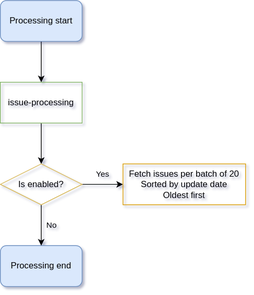
The draw.io diagram workflow.drawio.svg in Sonia-corporation/stale, before a commit. Source tidied: cells renumbered, new cells last; positions are measured from the earlier drawing's top-left corner, leaving out a move shared by most shapes. Source of this version:
```xml
<mxGraphModel shadow="1">
  <root>
    <mxCell id="0" />
    <mxCell id="1" parent="0" />
    <mxCell id="2" style="edgeStyle=orthogonalEdgeStyle;rounded=0;jettySize=auto;html=1;entryX=0.5;entryY=0;entryDx=0;entryDy=0;" parent="1" edge="1" source="4" target="9">
      <mxGeometry relative="1" as="geometry" />
    </mxCell>
    <mxCell id="3" value="Yes" style="edgeStyle=orthogonalEdgeStyle;rounded=0;jettySize=auto;html=1;exitX=1;exitY=0.5;exitDx=0;exitDy=0;entryX=0;entryY=0.5;entryDx=0;entryDy=0;labelBackgroundColor=none;" parent="1" edge="1" source="9" target="10">
      <mxGeometry y="14" relative="1" as="geometry" />
    </mxCell>
    <mxCell id="4" value="issue-processing" style="rounded=0;whiteSpace=wrap;html=1;fillColor=none;strokeColor=#82b366;" parent="1" vertex="1">
      <mxGeometry y="112" width="112" height="56" as="geometry" />
    </mxCell>
    <mxCell id="5" style="edgeStyle=orthogonalEdgeStyle;rounded=0;jettySize=auto;html=1;entryX=0.5;entryY=0;entryDx=0;entryDy=0;" parent="1" edge="1" source="6" target="4">
      <mxGeometry relative="1" as="geometry" />
    </mxCell>
    <mxCell id="6" value="Processing start" style="rounded=1;whiteSpace=wrap;html=1;fillColor=#dae8fc;strokeColor=#6c8ebf;" parent="1" vertex="1">
      <mxGeometry width="112" height="56" as="geometry" />
    </mxCell>
    <mxCell id="7" value="Processing end" style="rounded=1;whiteSpace=wrap;html=1;fillColor=#dae8fc;strokeColor=#6c8ebf;" parent="1" vertex="1">
      <mxGeometry y="336" width="112" height="56" as="geometry" />
    </mxCell>
    <mxCell id="8" value="No" style="edgeStyle=orthogonalEdgeStyle;rounded=0;jettySize=auto;html=1;exitX=0.5;exitY=1;exitDx=0;exitDy=0;entryX=0.5;entryY=0;entryDx=0;entryDy=0;labelBackgroundColor=none;" parent="1" edge="1" source="9" target="7">
      <mxGeometry y="14" relative="1" as="geometry">
        <Array as="points">
          <mxPoint x="56" y="322" />
          <mxPoint x="56" y="322" />
        </Array>
      </mxGeometry>
    </mxCell>
    <mxCell id="9" value="Is enabled?" style="rhombus;whiteSpace=wrap;html=1;fillColor=none;strokeColor=#d6b656;" parent="1" vertex="1">
      <mxGeometry y="224" width="112" height="56" as="geometry" />
    </mxCell>
    <mxCell id="10" value="Fetch issues per batch of 20 S&lt;span&gt;orted by update date&lt;br&gt;Oldest first&lt;/span&gt;" style="rounded=0;whiteSpace=wrap;html=1;fillColor=none;strokeColor=#d79b00;" parent="1" vertex="1">
      <mxGeometry x="168" y="224" width="168" height="56" as="geometry" />
    </mxCell>
  </root>
</mxGraphModel>
```
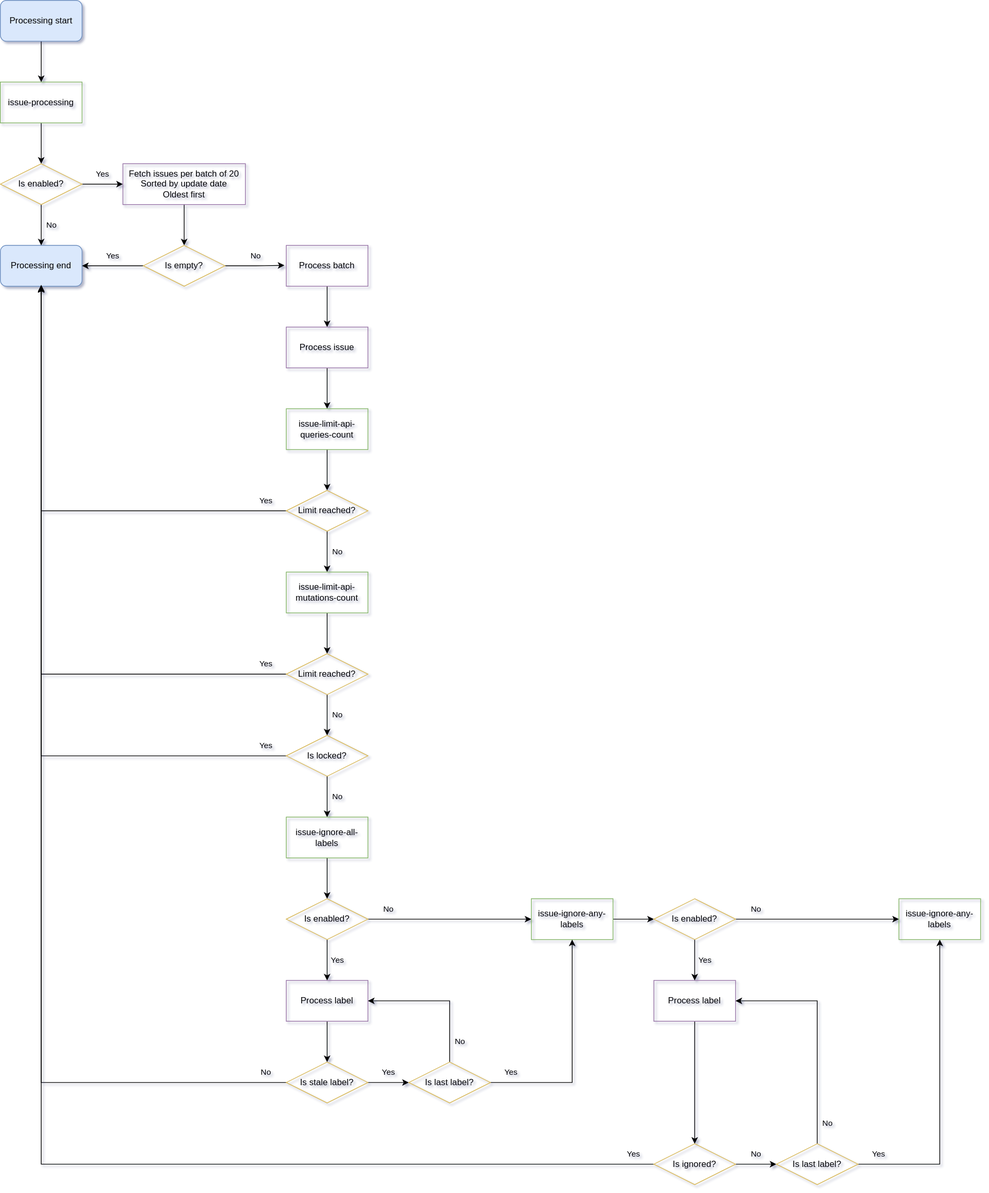
Above is the later version.

Change to the diagram source:
```diff
@@ -31,8 +31,172 @@
     <mxCell id="9" value="Is enabled?" style="rhombus;whiteSpace=wrap;html=1;fillColor=none;strokeColor=#d6b656;" parent="1" vertex="1">
       <mxGeometry y="224" width="112" height="56" as="geometry" />
     </mxCell>
+    <mxCell id="11" value="No" style="edgeStyle=orthogonalEdgeStyle;rounded=0;jettySize=auto;html=1;entryX=-0.023;entryY=0.489;entryDx=0;entryDy=0;entryPerimeter=0;labelBackgroundColor=none;exitX=1;exitY=0.5;exitDx=0;exitDy=0;" parent="1" edge="1" source="16" target="14">
+      <mxGeometry x="0.04" y="13" relative="1" as="geometry" />
+    </mxCell>
+    <mxCell id="12" style="edgeStyle=orthogonalEdgeStyle;rounded=0;jettySize=auto;html=1;exitX=0.5;exitY=1;exitDx=0;exitDy=0;entryX=0.5;entryY=0;entryDx=0;entryDy=0;labelBackgroundColor=none;" parent="1" edge="1" source="10" target="16">
+      <mxGeometry relative="1" as="geometry" />
+    </mxCell>
-    <mxCell id="10" value="Fetch issues per batch of 20 S&lt;span&gt;orted by update date&lt;br&gt;Oldest first&lt;/span&gt;" style="rounded=0;whiteSpace=wrap;html=1;fillColor=none;strokeColor=#d79b00;" parent="1" vertex="1">
+    <mxCell id="10" value="Fetch issues per batch of 20 S&lt;span&gt;orted by update date&lt;br&gt;Oldest first&lt;/span&gt;" style="rounded=0;whiteSpace=wrap;html=1;fillColor=none;strokeColor=#9673a6;" parent="1" vertex="1">
       <mxGeometry x="168" y="224" width="168" height="56" as="geometry" />
     </mxCell>
+    <mxCell id="13" style="edgeStyle=orthogonalEdgeStyle;rounded=0;jettySize=auto;html=1;entryX=0.5;entryY=0;entryDx=0;entryDy=0;labelBackgroundColor=none;" parent="1" edge="1" source="14" target="18">
+      <mxGeometry relative="1" as="geometry" />
+    </mxCell>
+    <mxCell id="14" value="Process batch" style="rounded=0;whiteSpace=wrap;html=1;fillColor=none;strokeColor=#9673a6;" parent="1" vertex="1">
+      <mxGeometry x="392" y="336" width="112" height="56" as="geometry" />
+    </mxCell>
+    <mxCell id="15" value="Yes" style="edgeStyle=orthogonalEdgeStyle;rounded=0;jettySize=auto;html=1;entryX=1;entryY=0.5;entryDx=0;entryDy=0;labelBackgroundColor=none;" parent="1" edge="1" source="16" target="7">
+      <mxGeometry y="-14" relative="1" as="geometry" />
+    </mxCell>
+    <mxCell id="16" value="Is empty?" style="rhombus;whiteSpace=wrap;html=1;fillColor=none;strokeColor=#d6b656;" parent="1" vertex="1">
+      <mxGeometry x="196" y="336" width="112" height="56" as="geometry" />
+    </mxCell>
+    <mxCell id="17" style="edgeStyle=orthogonalEdgeStyle;rounded=0;jettySize=auto;html=1;exitX=0.5;exitY=1;exitDx=0;exitDy=0;entryX=0.5;entryY=0;entryDx=0;entryDy=0;labelBackgroundColor=none;" parent="1" edge="1" source="18" target="23">
+      <mxGeometry relative="1" as="geometry" />
+    </mxCell>
+    <mxCell id="18" value="Process issue" style="rounded=0;whiteSpace=wrap;html=1;fillColor=none;strokeColor=#9673a6;" parent="1" vertex="1">
+      <mxGeometry x="392" y="448" width="112" height="56" as="geometry" />
+    </mxCell>
+    <mxCell id="19" value="Yes" style="edgeStyle=orthogonalEdgeStyle;rounded=0;jettySize=auto;html=1;entryX=0.5;entryY=1;entryDx=0;entryDy=0;labelBackgroundColor=none;" parent="1" edge="1" source="21" target="7">
+      <mxGeometry x="-0.91" y="-14" relative="1" as="geometry" />
+    </mxCell>
+    <mxCell id="20" value="No" style="edgeStyle=orthogonalEdgeStyle;rounded=0;jettySize=auto;html=1;entryX=0.5;entryY=0;entryDx=0;entryDy=0;labelBackgroundColor=none;" parent="1" edge="1" source="21" target="25">
+      <mxGeometry y="14" relative="1" as="geometry" />
+    </mxCell>
+    <mxCell id="21" value="Limit reached?" style="rhombus;whiteSpace=wrap;html=1;fillColor=none;strokeColor=#d6b656;" parent="1" vertex="1">
+      <mxGeometry x="392" y="672" width="112" height="56" as="geometry" />
+    </mxCell>
+    <mxCell id="22" style="edgeStyle=orthogonalEdgeStyle;rounded=0;jettySize=auto;html=1;entryX=0.5;entryY=0;entryDx=0;entryDy=0;labelBackgroundColor=none;" parent="1" edge="1" source="23" target="21">
+      <mxGeometry relative="1" as="geometry" />
+    </mxCell>
+    <mxCell id="23" value="issue-limit-api-queries-count" style="rounded=0;whiteSpace=wrap;html=1;fillColor=none;strokeColor=#82b366;" parent="1" vertex="1">
+      <mxGeometry x="392" y="560" width="112" height="56" as="geometry" />
+    </mxCell>
+    <mxCell id="24" style="edgeStyle=orthogonalEdgeStyle;rounded=0;jettySize=auto;html=1;entryX=0.5;entryY=0;entryDx=0;entryDy=0;labelBackgroundColor=none;" parent="1" edge="1" source="25" target="28">
+      <mxGeometry relative="1" as="geometry" />
+    </mxCell>
+    <mxCell id="25" value="issue-limit-api-mutations-count" style="rounded=0;whiteSpace=wrap;html=1;fillColor=none;strokeColor=#82b366;" parent="1" vertex="1">
+      <mxGeometry x="392" y="784" width="112" height="56" as="geometry" />
+    </mxCell>
+    <mxCell id="26" value="Yes" style="edgeStyle=orthogonalEdgeStyle;rounded=0;jettySize=auto;html=1;exitX=0;exitY=0.5;exitDx=0;exitDy=0;labelBackgroundColor=none;" parent="1" edge="1" source="28">
+      <mxGeometry x="-0.94" y="-14" relative="1" as="geometry">
+        <mxPoint x="56" y="390.8" as="targetPoint" />
+        <Array as="points">
+          <mxPoint x="56" y="924" />
+        </Array>
+      </mxGeometry>
+    </mxCell>
+    <mxCell id="27" value="No" style="edgeStyle=orthogonalEdgeStyle;rounded=0;jettySize=auto;html=1;entryX=0.5;entryY=0;entryDx=0;entryDy=0;labelBackgroundColor=none;" parent="1" edge="1" source="28" target="31">
+      <mxGeometry y="14" relative="1" as="geometry" />
+    </mxCell>
+    <mxCell id="28" value="Limit reached?" style="rhombus;whiteSpace=wrap;html=1;fillColor=none;strokeColor=#d6b656;" parent="1" vertex="1">
+      <mxGeometry x="392" y="896" width="112" height="56" as="geometry" />
+    </mxCell>
+    <mxCell id="29" value="Yes" style="edgeStyle=orthogonalEdgeStyle;rounded=0;jettySize=auto;html=1;labelBackgroundColor=none;" parent="1" edge="1" source="31">
+      <mxGeometry x="-0.94" y="-14" relative="1" as="geometry">
+        <mxPoint x="56" y="391.2" as="targetPoint" />
+      </mxGeometry>
+    </mxCell>
+    <mxCell id="30" value="No" style="edgeStyle=orthogonalEdgeStyle;rounded=0;jettySize=auto;html=1;entryX=0.5;entryY=0;entryDx=0;entryDy=0;labelBackgroundColor=none;" parent="1" edge="1" source="31" target="33">
+      <mxGeometry y="14" relative="1" as="geometry" />
+    </mxCell>
+    <mxCell id="31" value="Is locked?" style="rhombus;whiteSpace=wrap;html=1;fillColor=none;strokeColor=#d6b656;" parent="1" vertex="1">
+      <mxGeometry x="392" y="1008" width="112" height="56" as="geometry" />
+    </mxCell>
+    <mxCell id="32" style="edgeStyle=orthogonalEdgeStyle;rounded=0;jettySize=auto;html=1;entryX=0.5;entryY=0;entryDx=0;entryDy=0;labelBackgroundColor=none;" parent="1" edge="1" source="33" target="42">
+      <mxGeometry relative="1" as="geometry" />
+    </mxCell>
+    <mxCell id="33" value="issue-ignore-all-labels" style="rounded=0;whiteSpace=wrap;html=1;fillColor=none;strokeColor=#82b366;" parent="1" vertex="1">
+      <mxGeometry x="392" y="1120" width="112" height="56" as="geometry" />
+    </mxCell>
+    <mxCell id="34" value="No" style="edgeStyle=orthogonalEdgeStyle;rounded=0;jettySize=auto;html=1;labelBackgroundColor=none;" parent="1" edge="1" source="37">
+      <mxGeometry x="-0.96" y="-14" relative="1" as="geometry">
+        <mxPoint x="56" y="390" as="targetPoint" />
+      </mxGeometry>
+    </mxCell>
+    <mxCell id="35" style="edgeStyle=orthogonalEdgeStyle;rounded=0;jettySize=auto;html=1;exitX=1;exitY=0.5;exitDx=0;exitDy=0;labelBackgroundColor=none;" parent="1" edge="1" source="37">
+      <mxGeometry relative="1" as="geometry">
+        <mxPoint x="504.2" y="1484.2" as="targetPoint" />
+      </mxGeometry>
+    </mxCell>
+    <mxCell id="36" value="Yes" style="edgeStyle=orthogonalEdgeStyle;rounded=0;jettySize=auto;html=1;entryX=0;entryY=0.5;entryDx=0;entryDy=0;labelBackgroundColor=none;" parent="1" edge="1" source="37" target="47">
+      <mxGeometry y="14" relative="1" as="geometry" />
+    </mxCell>
+    <mxCell id="37" value="Is stale label?" style="rhombus;whiteSpace=wrap;html=1;fillColor=none;strokeColor=#d6b656;" parent="1" vertex="1">
+      <mxGeometry x="392" y="1456" width="112" height="56" as="geometry" />
+    </mxCell>
+    <mxCell id="38" style="edgeStyle=orthogonalEdgeStyle;rounded=0;jettySize=auto;html=1;entryX=0.5;entryY=0;entryDx=0;entryDy=0;labelBackgroundColor=none;" parent="1" edge="1" source="39" target="37">
+      <mxGeometry relative="1" as="geometry" />
+    </mxCell>
+    <mxCell id="39" value="Process label" style="rounded=0;whiteSpace=wrap;html=1;fillColor=none;strokeColor=#9673a6;" parent="1" vertex="1">
+      <mxGeometry x="392" y="1344" width="112" height="56" as="geometry" />
+    </mxCell>
+    <mxCell id="40" value="Yes" style="edgeStyle=orthogonalEdgeStyle;rounded=0;jettySize=auto;html=1;entryX=0.5;entryY=0;entryDx=0;entryDy=0;labelBackgroundColor=none;" parent="1" edge="1" source="42" target="39">
+      <mxGeometry y="14" relative="1" as="geometry" />
+    </mxCell>
+    <mxCell id="41" value="No" style="edgeStyle=orthogonalEdgeStyle;rounded=0;jettySize=auto;html=1;entryX=0;entryY=0.5;entryDx=0;entryDy=0;labelBackgroundColor=none;" parent="1" edge="1" source="42" target="44">
+      <mxGeometry x="-0.75" y="14" relative="1" as="geometry" />
+    </mxCell>
+    <mxCell id="42" value="Is enabled?" style="rhombus;whiteSpace=wrap;html=1;fillColor=none;strokeColor=#d6b656;" parent="1" vertex="1">
+      <mxGeometry x="392" y="1232" width="112" height="56" as="geometry" />
+    </mxCell>
+    <mxCell id="43" style="edgeStyle=orthogonalEdgeStyle;rounded=0;jettySize=auto;html=1;entryX=0;entryY=0.5;entryDx=0;entryDy=0;labelBackgroundColor=none;" parent="1" edge="1" source="44" target="55">
+      <mxGeometry relative="1" as="geometry" />
+    </mxCell>
+    <mxCell id="44" value="issue-ignore-any-labels" style="rounded=0;whiteSpace=wrap;html=1;fillColor=none;strokeColor=#82b366;" parent="1" vertex="1">
+      <mxGeometry x="728" y="1232" width="112" height="56" as="geometry" />
+    </mxCell>
+    <mxCell id="45" value="No" style="edgeStyle=orthogonalEdgeStyle;rounded=0;jettySize=auto;html=1;exitX=0.5;exitY=0;exitDx=0;exitDy=0;entryX=1;entryY=0.5;entryDx=0;entryDy=0;labelBackgroundColor=none;" parent="1" edge="1" source="47" target="39">
+      <mxGeometry x="-0.71" y="-14" relative="1" as="geometry" />
+    </mxCell>
+    <mxCell id="46" value="Yes" style="edgeStyle=orthogonalEdgeStyle;rounded=0;jettySize=auto;html=1;entryX=0.5;entryY=1;entryDx=0;entryDy=0;labelBackgroundColor=none;" parent="1" edge="1" source="47" target="44">
+      <mxGeometry x="-0.82" y="14" relative="1" as="geometry" />
+    </mxCell>
+    <mxCell id="47" value="Is last label?" style="rhombus;whiteSpace=wrap;html=1;fillColor=none;strokeColor=#d6b656;" parent="1" vertex="1">
+      <mxGeometry x="560" y="1456" width="112" height="56" as="geometry" />
+    </mxCell>
+    <mxCell id="48" style="edgeStyle=orthogonalEdgeStyle;rounded=0;jettySize=auto;html=1;entryX=0.5;entryY=0;entryDx=0;entryDy=0;labelBackgroundColor=none;" parent="1" edge="1" source="49" target="52">
+      <mxGeometry relative="1" as="geometry" />
+    </mxCell>
+    <mxCell id="49" value="Process label" style="rounded=0;whiteSpace=wrap;html=1;fillColor=none;strokeColor=#9673a6;" parent="1" vertex="1">
+      <mxGeometry x="896" y="1344" width="112" height="56" as="geometry" />
+    </mxCell>
+    <mxCell id="50" value="Yes" style="edgeStyle=orthogonalEdgeStyle;rounded=0;jettySize=auto;html=1;labelBackgroundColor=none;" parent="1" edge="1" source="52">
+      <mxGeometry x="-0.97" y="-14" relative="1" as="geometry">
+        <mxPoint x="56" y="391.2" as="targetPoint" />
+      </mxGeometry>
+    </mxCell>
+    <mxCell id="51" value="No" style="edgeStyle=orthogonalEdgeStyle;rounded=0;jettySize=auto;html=1;entryX=0;entryY=0.5;entryDx=0;entryDy=0;labelBackgroundColor=none;" parent="1" edge="1" source="52" target="58">
+      <mxGeometry y="14" relative="1" as="geometry" />
+    </mxCell>
+    <mxCell id="52" value="Is ignored?" style="rhombus;whiteSpace=wrap;html=1;fillColor=none;strokeColor=#d6b656;" parent="1" vertex="1">
+      <mxGeometry x="896" y="1568" width="112" height="56" as="geometry" />
+    </mxCell>
+    <mxCell id="53" value="Yes" style="edgeStyle=orthogonalEdgeStyle;rounded=0;jettySize=auto;html=1;entryX=0.5;entryY=0;entryDx=0;entryDy=0;labelBackgroundColor=none;" parent="1" edge="1" source="55" target="49">
+      <mxGeometry y="14" relative="1" as="geometry" />
+    </mxCell>
+    <mxCell id="54" value="No" style="edgeStyle=orthogonalEdgeStyle;rounded=0;jettySize=auto;html=1;entryX=0;entryY=0.5;entryDx=0;entryDy=0;labelBackgroundColor=none;" parent="1" edge="1" source="55" target="59">
+      <mxGeometry x="-0.75" y="14" relative="1" as="geometry" />
+    </mxCell>
+    <mxCell id="55" value="Is enabled?" style="rhombus;whiteSpace=wrap;html=1;fillColor=none;strokeColor=#d6b656;" parent="1" vertex="1">
+      <mxGeometry x="896" y="1232" width="112" height="56" as="geometry" />
+    </mxCell>
+    <mxCell id="56" value="No" style="edgeStyle=orthogonalEdgeStyle;rounded=0;jettySize=auto;html=1;entryX=1;entryY=0.5;entryDx=0;entryDy=0;labelBackgroundColor=none;" parent="1" edge="1" source="58" target="49">
+      <mxGeometry x="-0.82" y="-14" relative="1" as="geometry">
+        <Array as="points">
+          <mxPoint x="1120" y="1372" />
+        </Array>
+      </mxGeometry>
+    </mxCell>
+    <mxCell id="57" value="Yes" style="edgeStyle=orthogonalEdgeStyle;rounded=0;jettySize=auto;html=1;entryX=0.5;entryY=1;entryDx=0;entryDy=0;labelBackgroundColor=none;" parent="1" edge="1" source="58" target="59">
+      <mxGeometry x="-0.87" y="14" relative="1" as="geometry" />
+    </mxCell>
+    <mxCell id="58" value="Is last label?" style="rhombus;whiteSpace=wrap;html=1;fillColor=none;strokeColor=#d6b656;" parent="1" vertex="1">
+      <mxGeometry x="1064" y="1568" width="112" height="56" as="geometry" />
+    </mxCell>
+    <mxCell id="59" value="issue-ignore-any-labels" style="rounded=0;whiteSpace=wrap;html=1;fillColor=none;strokeColor=#82b366;" parent="1" vertex="1">
+      <mxGeometry x="1232" y="1232" width="112" height="56" as="geometry" />
+    </mxCell>
   </root>
 </mxGraphModel>
```
